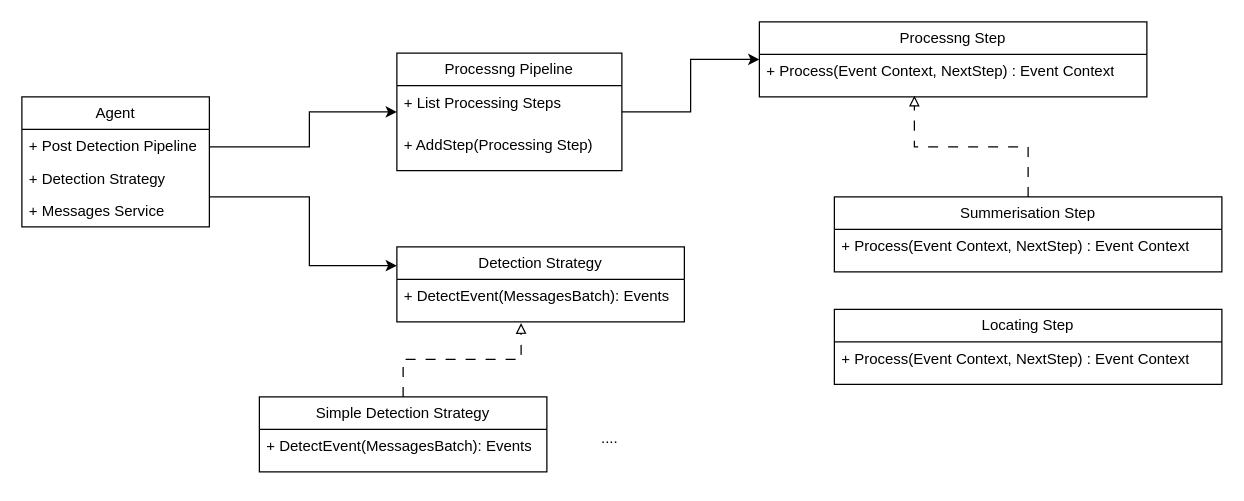
Earlier version of the draw.io diagram page "designpattern" (11 of 14) of System Design/System Architecture.drawio (HasanKhadd0ur/GPDocs). Source tidied: cells renumbered, new cells numbered last; positions are measured from the earlier drawing's top-left corner, leaving out a move shared by most shapes. Both pictures are drawn from the tidied source at 125%, with x=0, y=0 at pixel (21, 21).
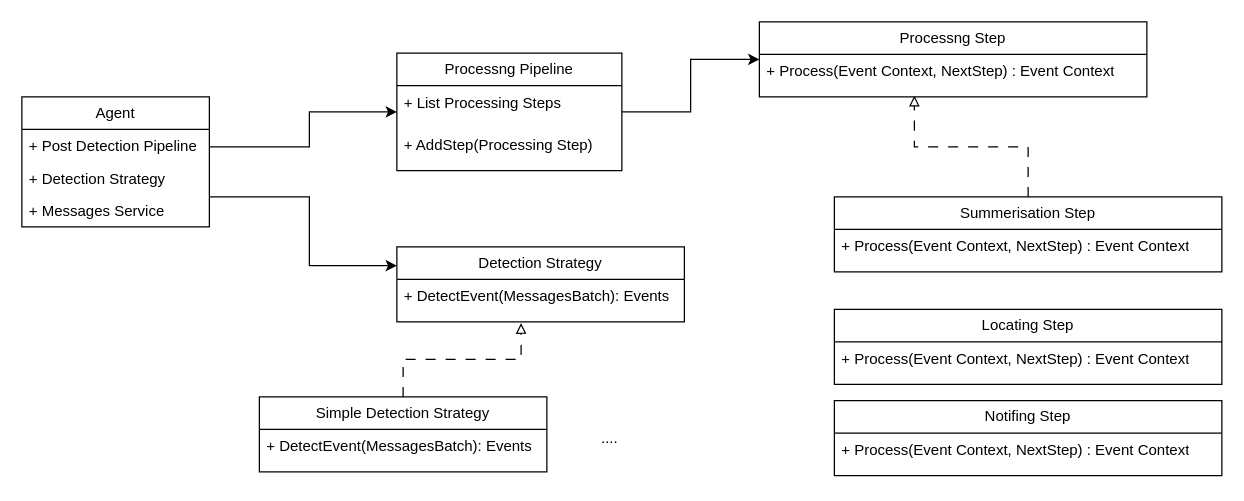
The same page after the edit.

Diff of the diagram source:
```diff
@@
+    <mxCell id="25" value="Notifing Step" style="swimlane;fontStyle=0;horizontal=1;startSize=26;fillColor=none;whiteSpace=wrap;html=1;" parent="1" vertex="1">
+      <mxGeometry x="650" y="303" width="310" height="60" as="geometry" />
+    </mxCell>
+    <mxCell id="26" value="+ Process(Event Context, NextStep) : Event Context" style="text;strokeColor=none;fillColor=none;align=left;verticalAlign=top;spacingLeft=4;spacingRight=4;overflow=hidden;whiteSpace=wrap;html=1;" parent="25" vertex="1">
+      <mxGeometry y="26" width="310" height="34" as="geometry" />
+    </mxCell>
```
